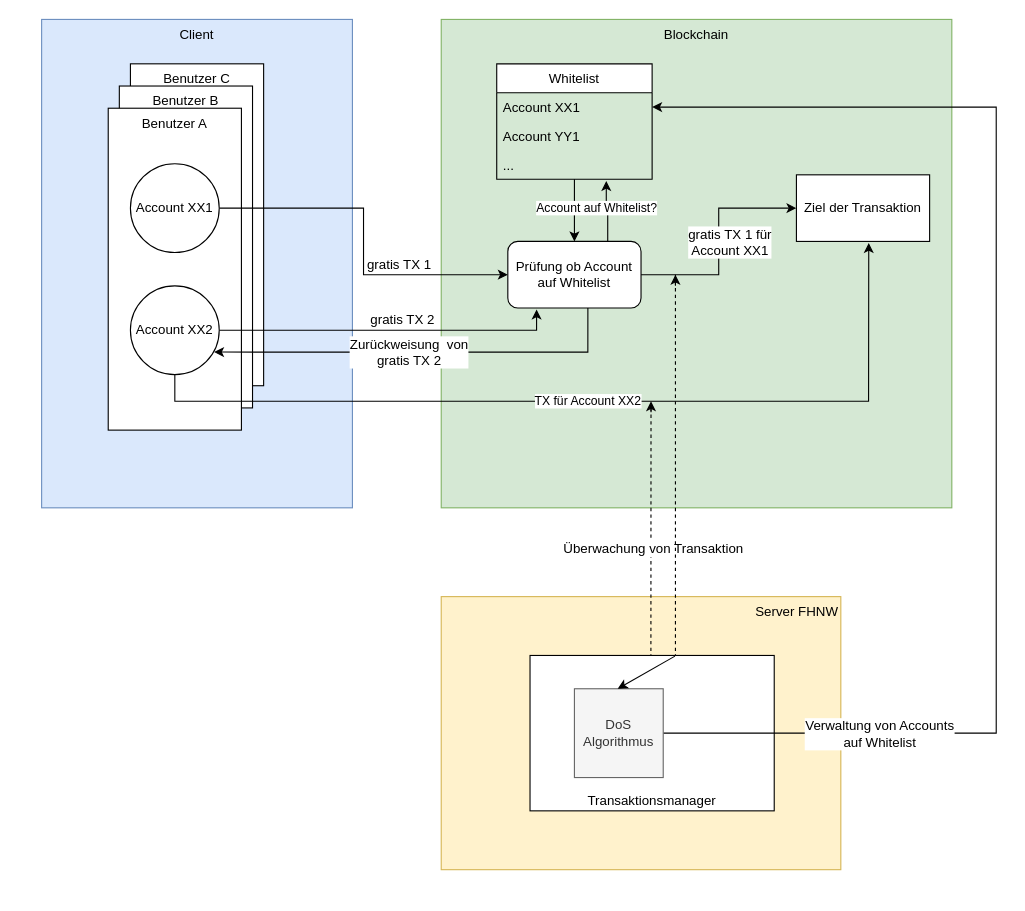
Geryones/BlockChain_TransactionManager keeps this draw.io diagram as Report/images/src/solution2.drawio. Above is the earlier version. Source tidied: cells renumbered, new cells numbered last; positions are measured from the earlier drawing's top-left corner, leaving out a move shared by most shapes. Both pictures are drawn from the tidied source at 111%, with x=0, y=0 at pixel (41, 19).
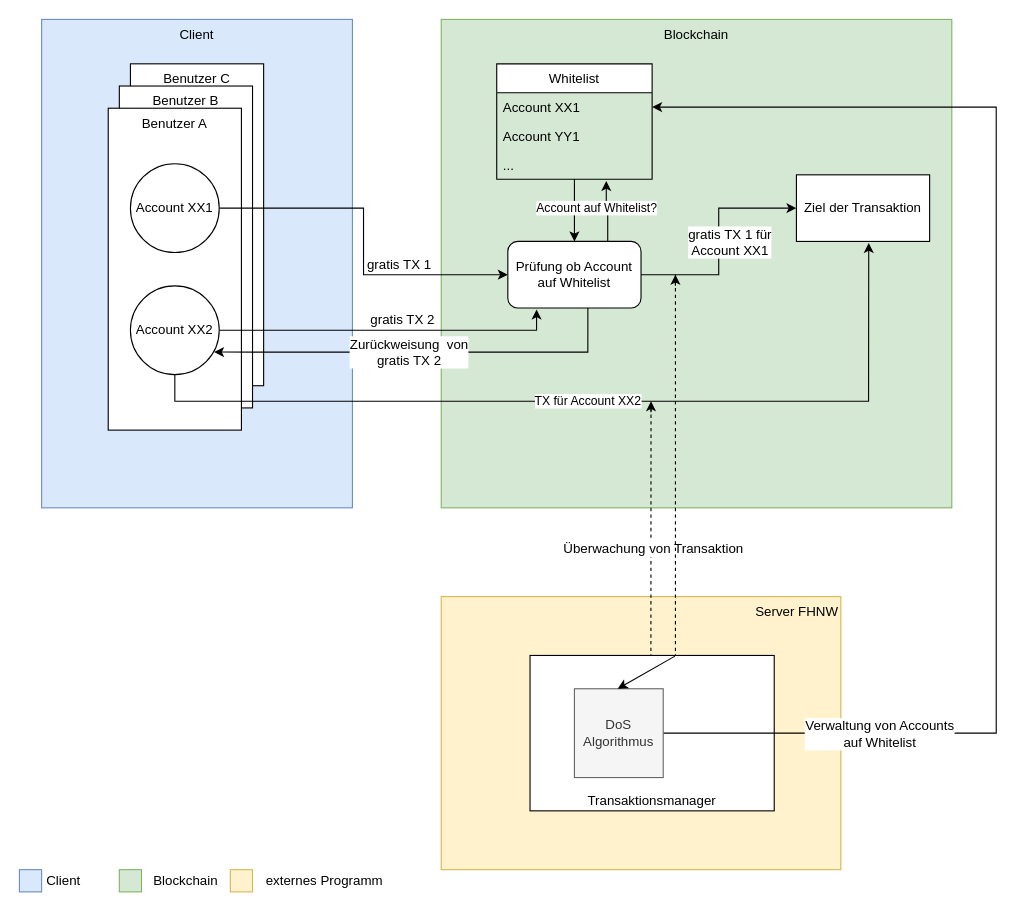
After the change.

Change to the diagram source:
```diff
@@
+    <mxCell id="37" style="rounded=0;whiteSpace=wrap;html=1;fillColor=#dae8fc;strokeColor=#6c8ebf;" parent="1" vertex="1">
+      <mxGeometry x="-20" y="766" width="20" height="20" as="geometry" />
+    </mxCell>
+    <mxCell id="38" value="Client" style="text;html=1;strokeColor=none;fillColor=none;align=center;verticalAlign=middle;whiteSpace=wrap;rounded=0;" parent="1" vertex="1">
+      <mxGeometry y="766" width="40" height="20" as="geometry" />
+    </mxCell>
+    <mxCell id="39" style="rounded=0;whiteSpace=wrap;html=1;fillColor=#d5e8d4;strokeColor=#82b366;" parent="1" vertex="1">
+      <mxGeometry x="70" y="766" width="20" height="20" as="geometry" />
+    </mxCell>
+    <mxCell id="40" value="Blockchain" style="text;html=1;align=center;verticalAlign=middle;whiteSpace=wrap;rounded=0;" parent="1" vertex="1">
+      <mxGeometry x="110" y="766" width="40" height="20" as="geometry" />
+    </mxCell>
+    <mxCell id="41" value="externes Programm" style="text;html=1;strokeColor=none;fillColor=none;align=center;verticalAlign=middle;whiteSpace=wrap;rounded=0;" parent="1" vertex="1">
+      <mxGeometry x="200" y="766" width="110" height="20" as="geometry" />
+    </mxCell>
+    <mxCell id="42" style="rounded=0;whiteSpace=wrap;html=1;fillColor=#fff2cc;strokeColor=#d6b656;" parent="1" vertex="1">
+      <mxGeometry x="170" y="766" width="20" height="20" as="geometry" />
+    </mxCell>
```
